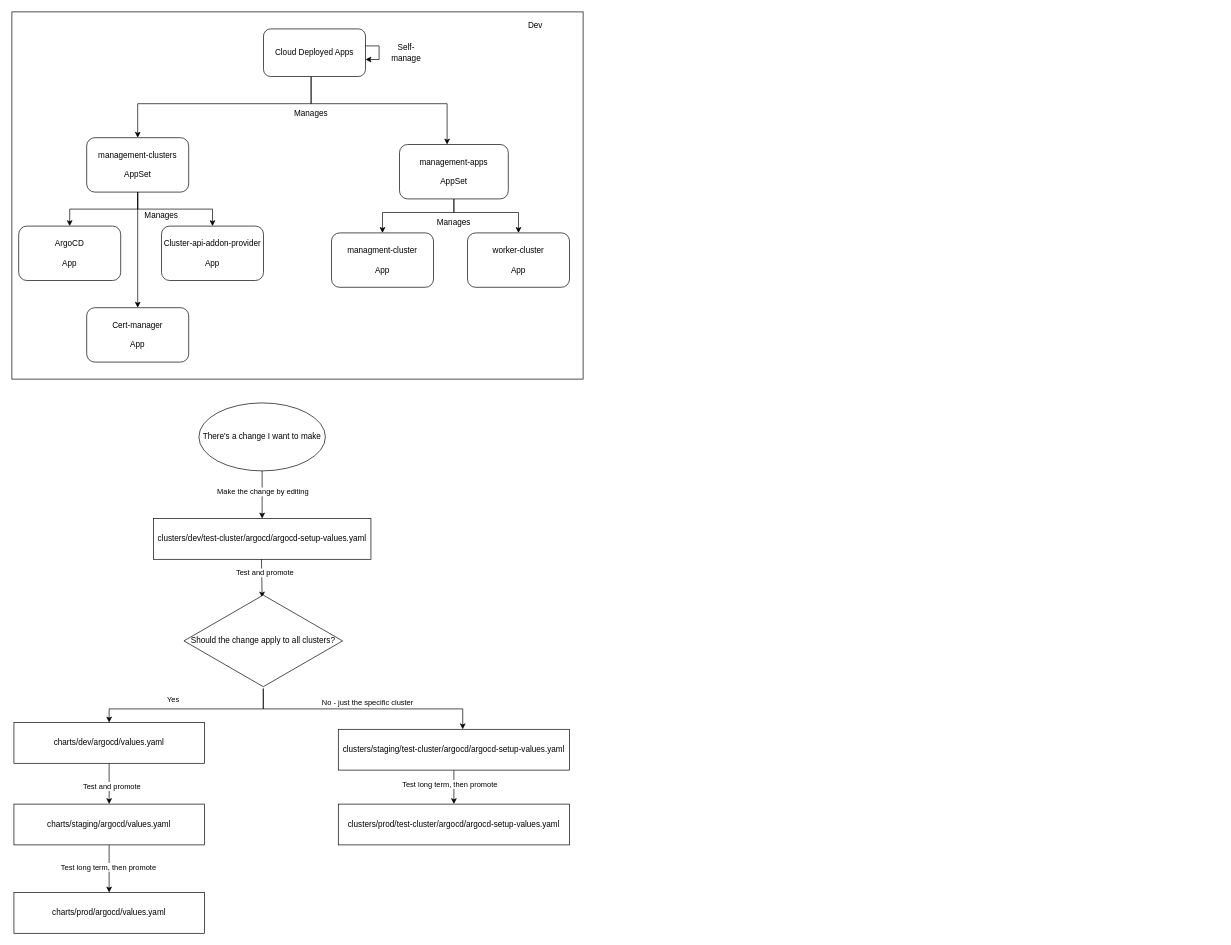
stfc/cloud-deployed-apps keeps this draw.io diagram as docs/pics/diagram.drawio. Above is the earlier version. Source tidied: cells renumbered, new cells numbered last; positions are measured from the earlier drawing's top-left corner, leaving out a move shared by most shapes. Both pictures are drawn from the tidied source at 68%, with x=0, y=0 at pixel (12, 12).
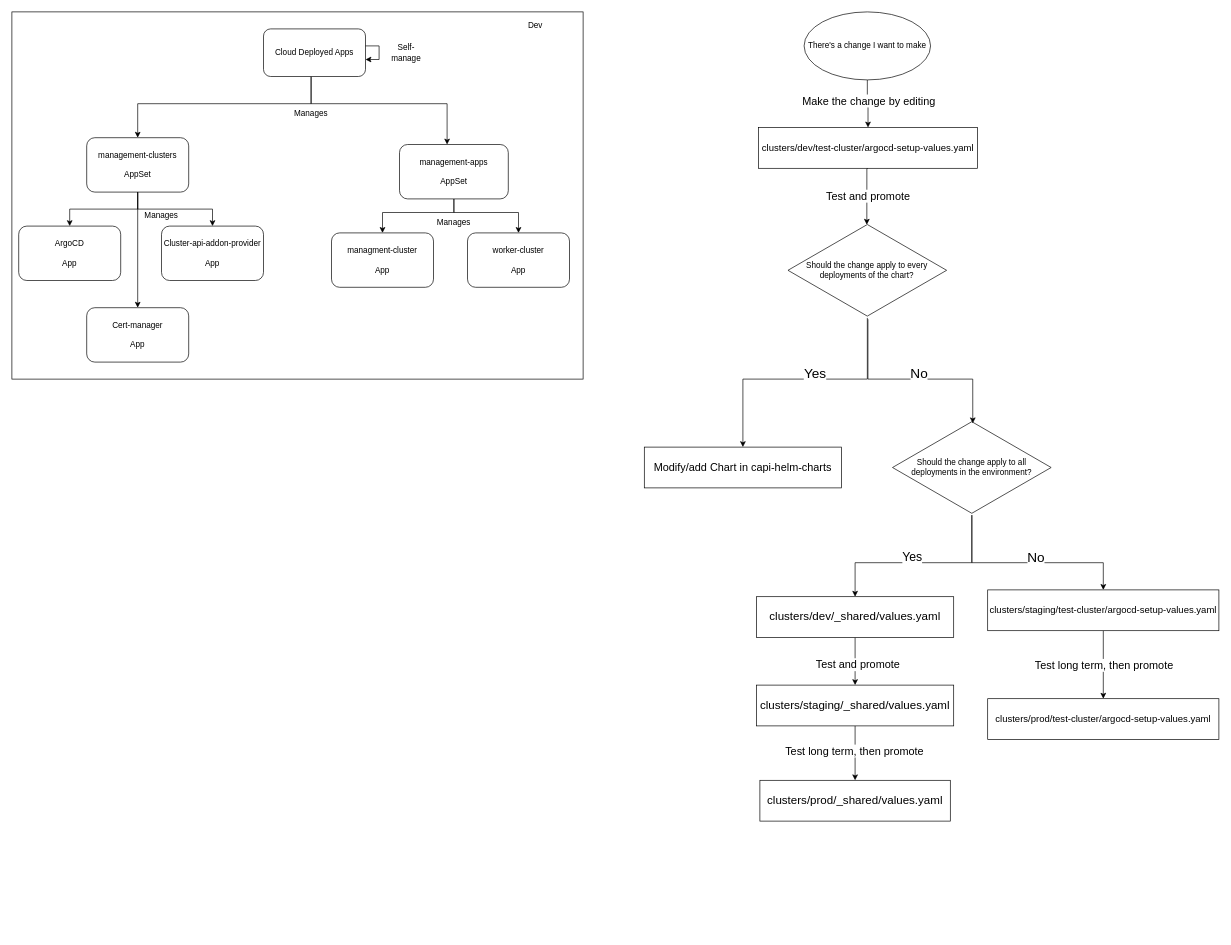
Above is the later version.

Unchanged cells that the change refers to:
```xml
<mxCell id="27" style="edgeStyle=orthogonalEdgeStyle;rounded=0;jettySize=auto;html=1;" parent="1" edge="1" source="29" target="32">
  <mxGeometry relative="1" as="geometry" />
</mxCell>
<mxCell id="30" style="edgeStyle=orthogonalEdgeStyle;rounded=0;jettySize=auto;html=1;" parent="1" edge="1" source="32" target="33">
  <mxGeometry relative="1" as="geometry" />
</mxCell>
<mxCell id="44" style="edgeStyle=orthogonalEdgeStyle;rounded=0;jettySize=auto;html=1;entryX=0.5;entryY=0;entryDx=0;entryDy=0;" parent="1" edge="1" source="46" target="26">
  <mxGeometry relative="1" as="geometry" />
</mxCell>
```

What changed in the source:
```diff
@@
-    <mxCell id="24" style="edgeStyle=orthogonalEdgeStyle;rounded=0;jettySize=auto;html=1;entryX=0.493;entryY=0.044;entryDx=0;entryDy=0;entryPerimeter=0;exitX=0.5;exitY=1;exitDx=0;exitDy=0;" parent="1" edge="1" source="26" target="41">
+    <mxCell id="24" style="edgeStyle=orthogonalEdgeStyle;rounded=0;jettySize=auto;html=1;exitX=0.5;exitY=1;exitDx=0;exitDy=0;entryX=0.497;entryY=0.021;entryDx=0;entryDy=0;entryPerimeter=0;" parent="1" edge="1" source="26" target="52">
       <mxGeometry relative="1" as="geometry">
         <Array as="points">
-          <mxPoint x="367" y="805" />
+          <mxPoint x="1257" y="230" />
         </Array>
       </mxGeometry>
     </mxCell>
-    <mxCell id="25" value="Test and promote" style="edgeLabel;html=1;align=center;verticalAlign=middle;" parent="24" vertex="1">
-      <mxGeometry x="-0.26" y="4" relative="1" as="geometry" />
+    <mxCell id="25" value="&lt;font style=&quot;font-size: 16px;&quot;&gt;Test and promote&lt;/font&gt;" style="edgeLabel;html=1;align=center;verticalAlign=middle;" parent="24" vertex="1">
+      <mxGeometry x="-0.26" y="4" relative="1" as="geometry">
+        <mxPoint x="-3" y="11" as="offset" />
+      </mxGeometry>
     </mxCell>
-    <mxCell id="26" value="clusters/dev/test-cluster/argocd/argocd-setup-values.yaml" style="rounded=0;whiteSpace=wrap;html=1;" parent="1" vertex="1">
-      <mxGeometry x="208" y="745" width="320" height="60" as="geometry" />
+    <mxCell id="26" value="&lt;font style=&quot;font-size: 14px;&quot;&gt;clusters/dev/test-cluster/argocd-setup-values.yaml&lt;/font&gt;" style="rounded=0;whiteSpace=wrap;html=1;" parent="1" vertex="1">
+      <mxGeometry x="1098" y="170" width="322" height="60" as="geometry" />
     </mxCell>
@@
-    <mxCell id="28" value="Test and promote" style="edgeLabel;html=1;align=center;verticalAlign=middle;" parent="27" vertex="1">
+    <mxCell id="28" value="Test and promote" style="edgeLabel;html=1;align=center;verticalAlign=middle;fontSize=16;" parent="27" vertex="1">
       <mxGeometry x="0.1" y="3" relative="1" as="geometry" />
     </mxCell>
-    <mxCell id="29" value="charts/dev/argocd/values.yaml" style="rounded=0;whiteSpace=wrap;html=1;" parent="1" vertex="1">
-      <mxGeometry x="3" y="1045" width="280" height="60" as="geometry" />
+    <mxCell id="29" value="&lt;font style=&quot;font-size: 17px;&quot;&gt;clusters/dev/_shared/values.yaml&lt;/font&gt;" style="rounded=0;whiteSpace=wrap;html=1;" parent="1" vertex="1">
+      <mxGeometry x="1095" y="860" width="290" height="60" as="geometry" />
     </mxCell>
@@
-    <mxCell id="31" value="Test long term, then promote" style="edgeLabel;html=1;align=center;verticalAlign=middle;" parent="30" vertex="1">
+    <mxCell id="31" value="Test long term, then promote" style="edgeLabel;html=1;align=center;verticalAlign=middle;fontSize=16;" parent="30" vertex="1">
       <mxGeometry x="-0.09" y="-2" relative="1" as="geometry" />
     </mxCell>
-    <mxCell id="32" value="charts/staging/argocd/values.yaml" style="rounded=0;whiteSpace=wrap;html=1;" parent="1" vertex="1">
-      <mxGeometry x="3" y="1165" width="280" height="60" as="geometry" />
+    <mxCell id="32" value="&lt;font style=&quot;font-size: 17px;&quot;&gt;clusters/staging/_shared/values.yaml&lt;/font&gt;" style="rounded=0;whiteSpace=wrap;html=1;" parent="1" vertex="1">
+      <mxGeometry x="1095" y="990" width="290" height="60" as="geometry" />
     </mxCell>
-    <mxCell id="33" value="charts/prod/argocd/values.yaml" style="rounded=0;whiteSpace=wrap;html=1;" parent="1" vertex="1">
-      <mxGeometry x="3" y="1295" width="280" height="60" as="geometry" />
+    <mxCell id="33" value="&lt;font style=&quot;font-size: 17px;&quot;&gt;clusters/prod/_shared/values.yaml&lt;/font&gt;" style="rounded=0;whiteSpace=wrap;html=1;" parent="1" vertex="1">
+      <mxGeometry x="1100" y="1130" width="280" height="60" as="geometry" />
     </mxCell>
@@
-    <mxCell id="35" value="clusters/staging/test-cluster/argocd/argocd-setup-values.yaml" style="rounded=0;whiteSpace=wrap;html=1;" parent="1" vertex="1">
-      <mxGeometry x="480" y="1055" width="340" height="60" as="geometry" />
+    <mxCell id="35" value="&lt;font style=&quot;font-size: 14px;&quot;&gt;clusters/staging/test-cluster/argocd-setup-values.yaml&lt;/font&gt;" style="rounded=0;whiteSpace=wrap;html=1;" parent="1" vertex="1">
+      <mxGeometry x="1435" y="850" width="340" height="60" as="geometry" />
     </mxCell>
-    <mxCell id="36" value="clusters/prod/test-cluster/argocd/argocd-setup-values.yaml" style="rounded=0;whiteSpace=wrap;html=1;" parent="1" vertex="1">
-      <mxGeometry x="480" y="1165" width="340" height="60" as="geometry" />
+    <mxCell id="36" value="&lt;font style=&quot;font-size: 14px;&quot;&gt;clusters/prod/test-cluster/argocd-setup-values.yaml&lt;/font&gt;" style="rounded=0;whiteSpace=wrap;html=1;" parent="1" vertex="1">
+      <mxGeometry x="1435" y="1010" width="340" height="60" as="geometry" />
     </mxCell>
     <mxCell id="37" style="edgeStyle=orthogonalEdgeStyle;rounded=0;jettySize=auto;html=1;entryX=0.5;entryY=0;entryDx=0;entryDy=0;" parent="1" edge="1" source="41" target="29">
       <mxGeometry relative="1" as="geometry">
         <Array as="points">
-          <mxPoint x="370" y="1025" />
-          <mxPoint x="143" y="1025" />
+          <mxPoint x="1412" y="810" />
+          <mxPoint x="1240" y="810" />
         </Array>
       </mxGeometry>
     </mxCell>
-    <mxCell id="38" value="&lt;div&gt;Yes&lt;/div&gt;" style="edgeLabel;html=1;align=center;verticalAlign=middle;" parent="37" vertex="1">
-      <mxGeometry x="0.18" y="-2" relative="1" as="geometry">
-        <mxPoint y="-13" as="offset" />
-      </mxGeometry>
-    </mxCell>
+    <mxCell id="47" value="&lt;font style=&quot;font-size: 18px;&quot;&gt;Yes&lt;/font&gt;" style="edgeLabel;html=1;align=center;verticalAlign=middle;fontSize=20;" parent="37" vertex="1">
+      <mxGeometry x="-0.11" y="3" relative="1" as="geometry">
+        <mxPoint x="-28" y="-13" as="offset" />
+      </mxGeometry>
+    </mxCell>
     <mxCell id="39" style="edgeStyle=orthogonalEdgeStyle;rounded=0;jettySize=auto;html=1;" parent="1" edge="1" source="41" target="35">
       <mxGeometry relative="1" as="geometry">
         <Array as="points">
-          <mxPoint x="370" y="1025" />
-          <mxPoint x="663" y="1025" />
+          <mxPoint x="1412" y="810" />
+          <mxPoint x="1605" y="810" />
         </Array>
       </mxGeometry>
     </mxCell>
-    <mxCell id="40" value="No - just the specific cluster" style="edgeLabel;html=1;align=center;verticalAlign=middle;" parent="39" vertex="1">
-      <mxGeometry x="0.1" y="-3" relative="1" as="geometry">
-        <mxPoint x="-11" y="-13" as="offset" />
-      </mxGeometry>
-    </mxCell>
-    <mxCell id="41" value="Should the change apply to all clusters?" style="html=1;whiteSpace=wrap;shape=isoRectangle;" parent="1" vertex="1">
-      <mxGeometry x="253" y="855" width="233.3" height="140" as="geometry" />
+    <mxCell id="41" value="Should the change apply to all deployments in the environment?" style="html=1;whiteSpace=wrap;shape=isoRectangle;" parent="1" vertex="1">
+      <mxGeometry x="1295" y="600" width="233.3" height="140" as="geometry" />
     </mxCell>
     <mxCell id="42" value="&lt;div&gt;&lt;br&gt;&lt;/div&gt;" style="edgeLabel;html=1;align=center;verticalAlign=middle;" parent="1" vertex="1">
-      <mxGeometry x="313" y="1015" as="geometry">
+      <mxGeometry x="1203" y="440" as="geometry">
         <mxPoint x="205" y="-10" as="offset" />
       </mxGeometry>
     </mxCell>
-    <mxCell id="43" value="Test long term, then promote" style="edgeLabel;html=1;align=center;verticalAlign=middle;" parent="1" vertex="1">
-      <mxGeometry x="643" y="1135" as="geometry" />
+    <mxCell id="43" value="Test long term, then promote" style="edgeLabel;html=1;align=center;verticalAlign=middle;fontSize=16;" parent="1" vertex="1">
+      <mxGeometry x="1605" y="960" as="geometry" />
     </mxCell>
@@
-    <mxCell id="45" value="Make the change by editing" style="edgeLabel;html=1;align=center;verticalAlign=middle;" parent="44" vertex="1">
+    <mxCell id="45" value="&lt;font style=&quot;font-size: 16px;&quot;&gt;Make the change by editing&lt;/font&gt;" style="edgeLabel;html=1;align=center;verticalAlign=middle;" parent="44" vertex="1">
       <mxGeometry x="0.17" y="-2" relative="1" as="geometry">
         <mxPoint x="2" y="-11" as="offset" />
       </mxGeometry>
     </mxCell>
     <mxCell id="46" value="There's a change I want to make" style="ellipse;whiteSpace=wrap;html=1;" parent="1" vertex="1">
-      <mxGeometry x="275" y="575" width="186" height="100" as="geometry" />
+      <mxGeometry x="1165" width="186" height="100" as="geometry" />
     </mxCell>
+    <mxCell id="48" style="edgeStyle=orthogonalEdgeStyle;rounded=0;jettySize=auto;html=1;" parent="1" edge="1" source="52" target="54">
+      <mxGeometry relative="1" as="geometry">
+        <Array as="points">
+          <mxPoint x="1258" y="540" />
+          <mxPoint x="1075" y="540" />
+        </Array>
+      </mxGeometry>
+    </mxCell>
+    <mxCell id="49" value="Yes" style="edgeLabel;html=1;align=center;verticalAlign=middle;fontSize=20;" parent="48" vertex="1">
+      <mxGeometry x="-0.12" y="1" relative="1" as="geometry">
+        <mxPoint x="-4" y="-11" as="offset" />
+      </mxGeometry>
+    </mxCell>
+    <mxCell id="50" style="edgeStyle=orthogonalEdgeStyle;rounded=0;jettySize=auto;html=1;exitX=0.504;exitY=1.014;exitDx=0;exitDy=0;exitPerimeter=0;entryX=0.506;entryY=0.036;entryDx=0;entryDy=0;entryPerimeter=0;" parent="1" edge="1" source="52" target="41">
+      <mxGeometry relative="1" as="geometry">
+        <Array as="points">
+          <mxPoint x="1259" y="540" />
+          <mxPoint x="1413" y="540" />
+        </Array>
+      </mxGeometry>
+    </mxCell>
+    <mxCell id="51" value="No" style="edgeLabel;html=1;align=center;verticalAlign=middle;fontSize=20;" parent="50" vertex="1">
+      <mxGeometry x="0.09" y="-1" relative="1" as="geometry">
+        <mxPoint x="-4" y="-11" as="offset" />
+      </mxGeometry>
+    </mxCell>
+    <mxCell id="52" value="Should the change apply to every deployments of the chart?" style="html=1;whiteSpace=wrap;shape=isoRectangle;" parent="1" vertex="1">
+      <mxGeometry x="1141.3" y="310" width="233.3" height="140" as="geometry" />
+    </mxCell>
+    <mxCell id="53" value="No" style="edgeLabel;html=1;align=center;verticalAlign=middle;fontSize=20;" parent="1" vertex="1">
+      <mxGeometry x="1505" y="800" as="geometry" />
+    </mxCell>
+    <mxCell id="54" value="&lt;font style=&quot;font-size: 16px;&quot;&gt;Modify/add Chart in capi-helm-charts&lt;/font&gt;" style="rounded=0;whiteSpace=wrap;html=1;" parent="1" vertex="1">
+      <mxGeometry x="930" y="640" width="290" height="60" as="geometry" />
+    </mxCell>
```
